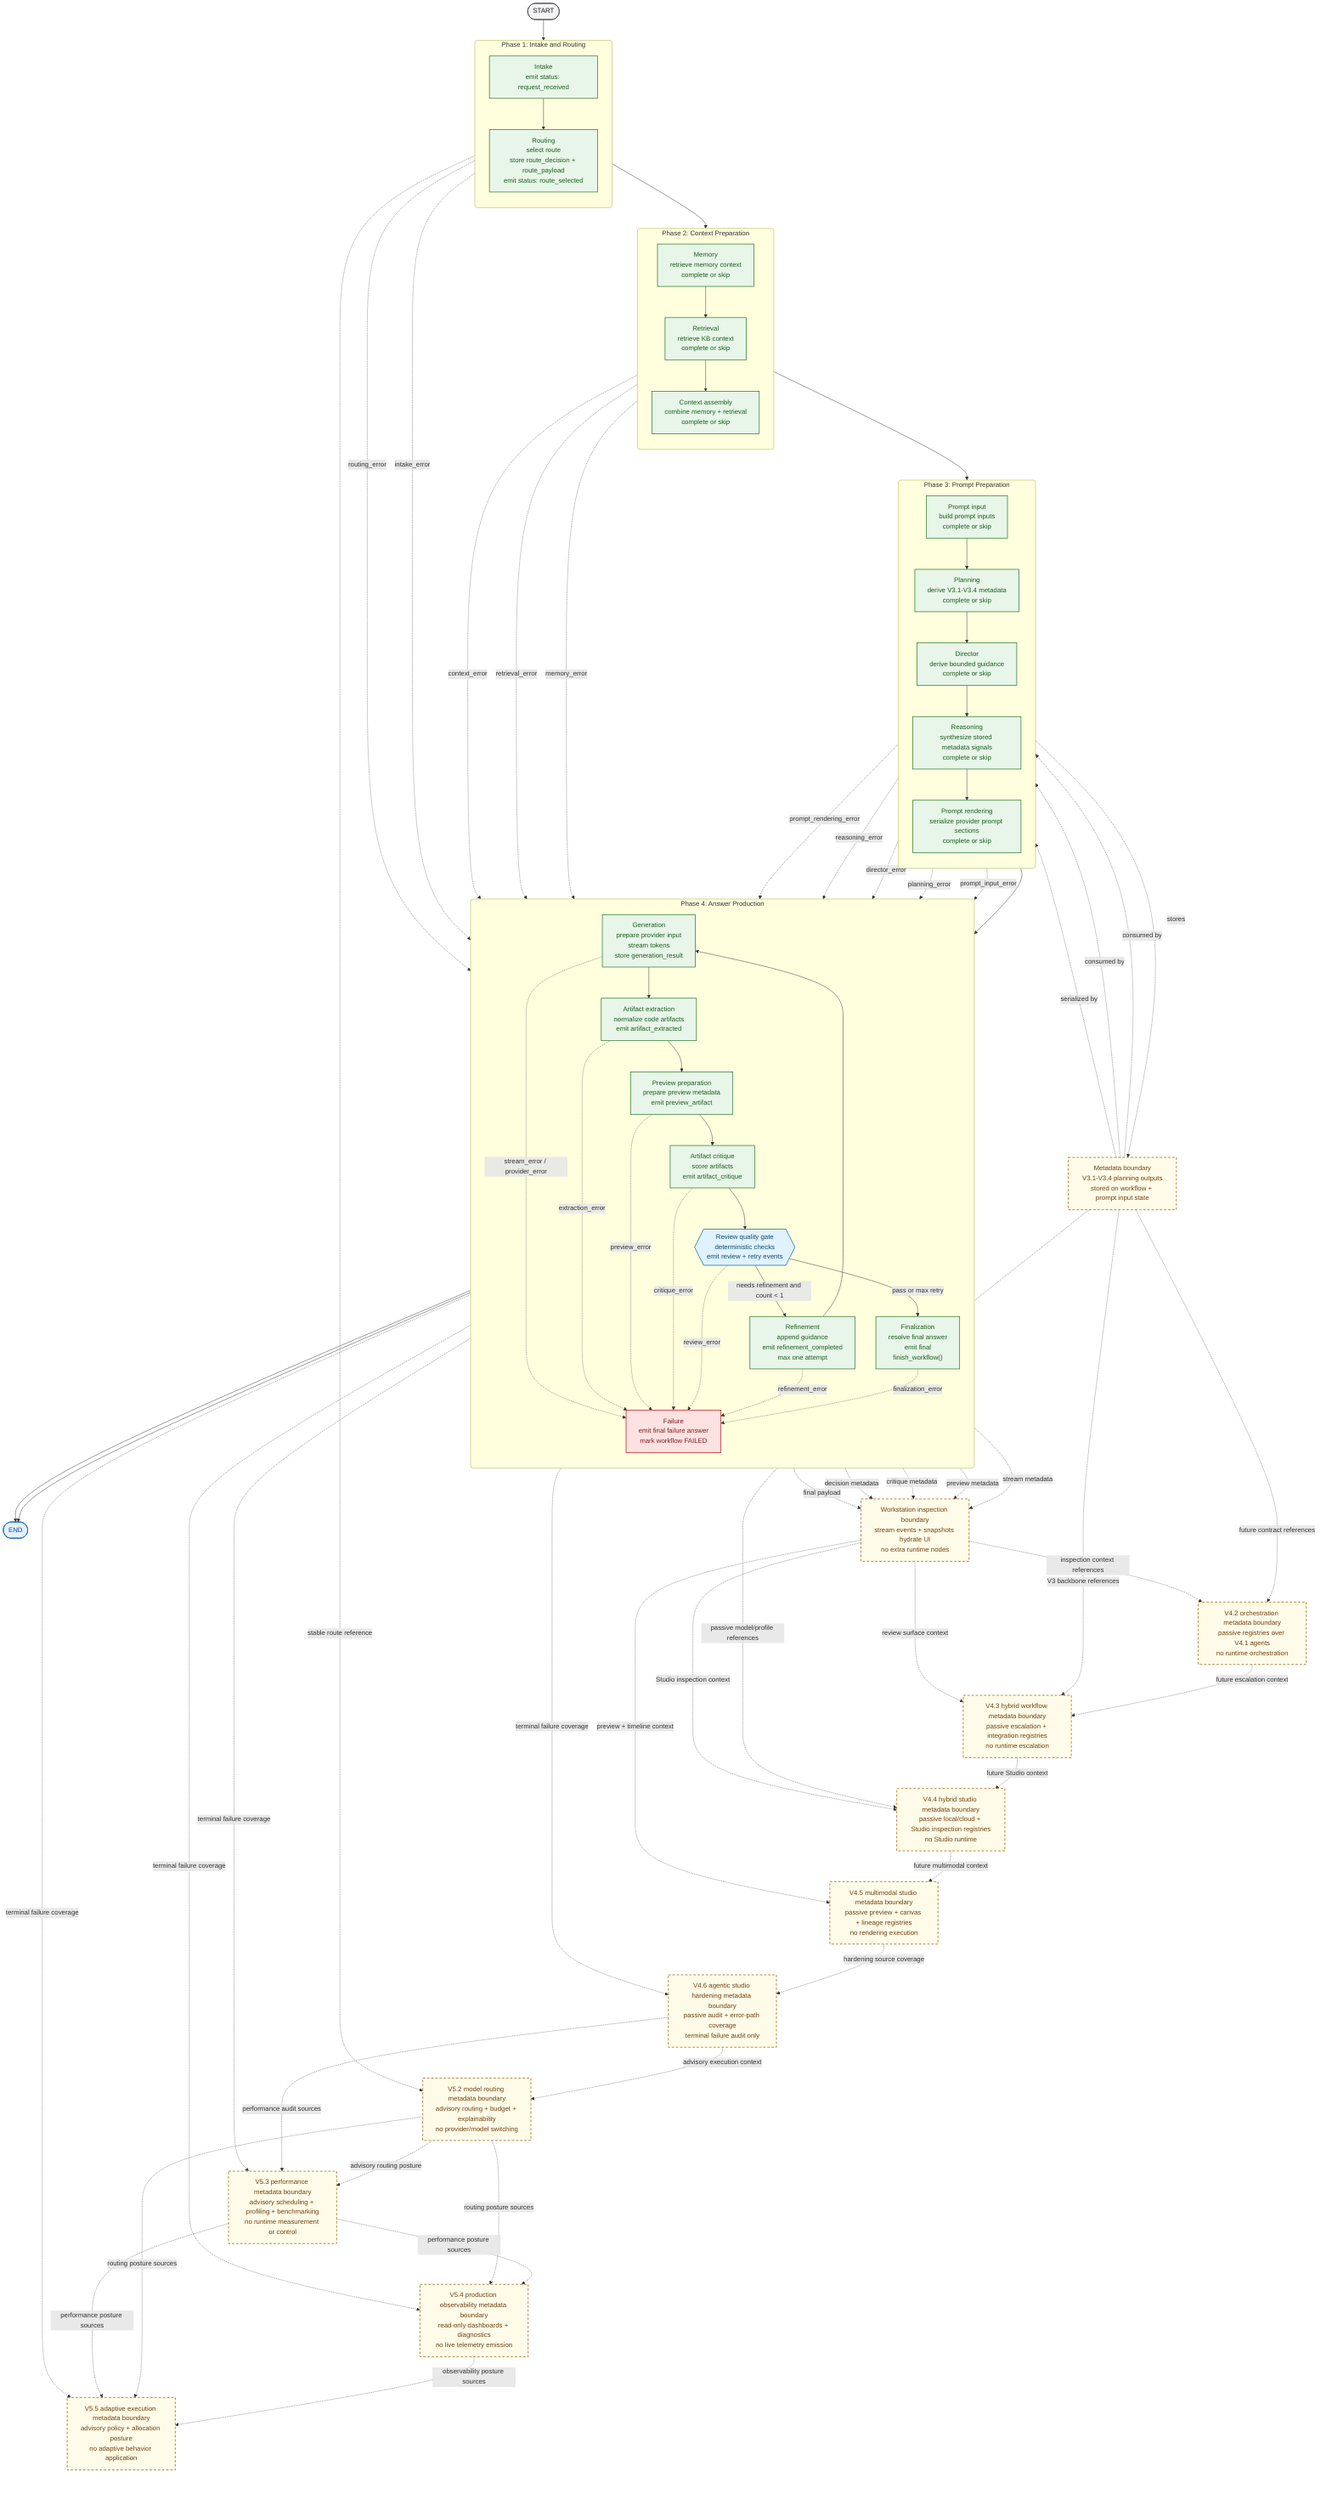
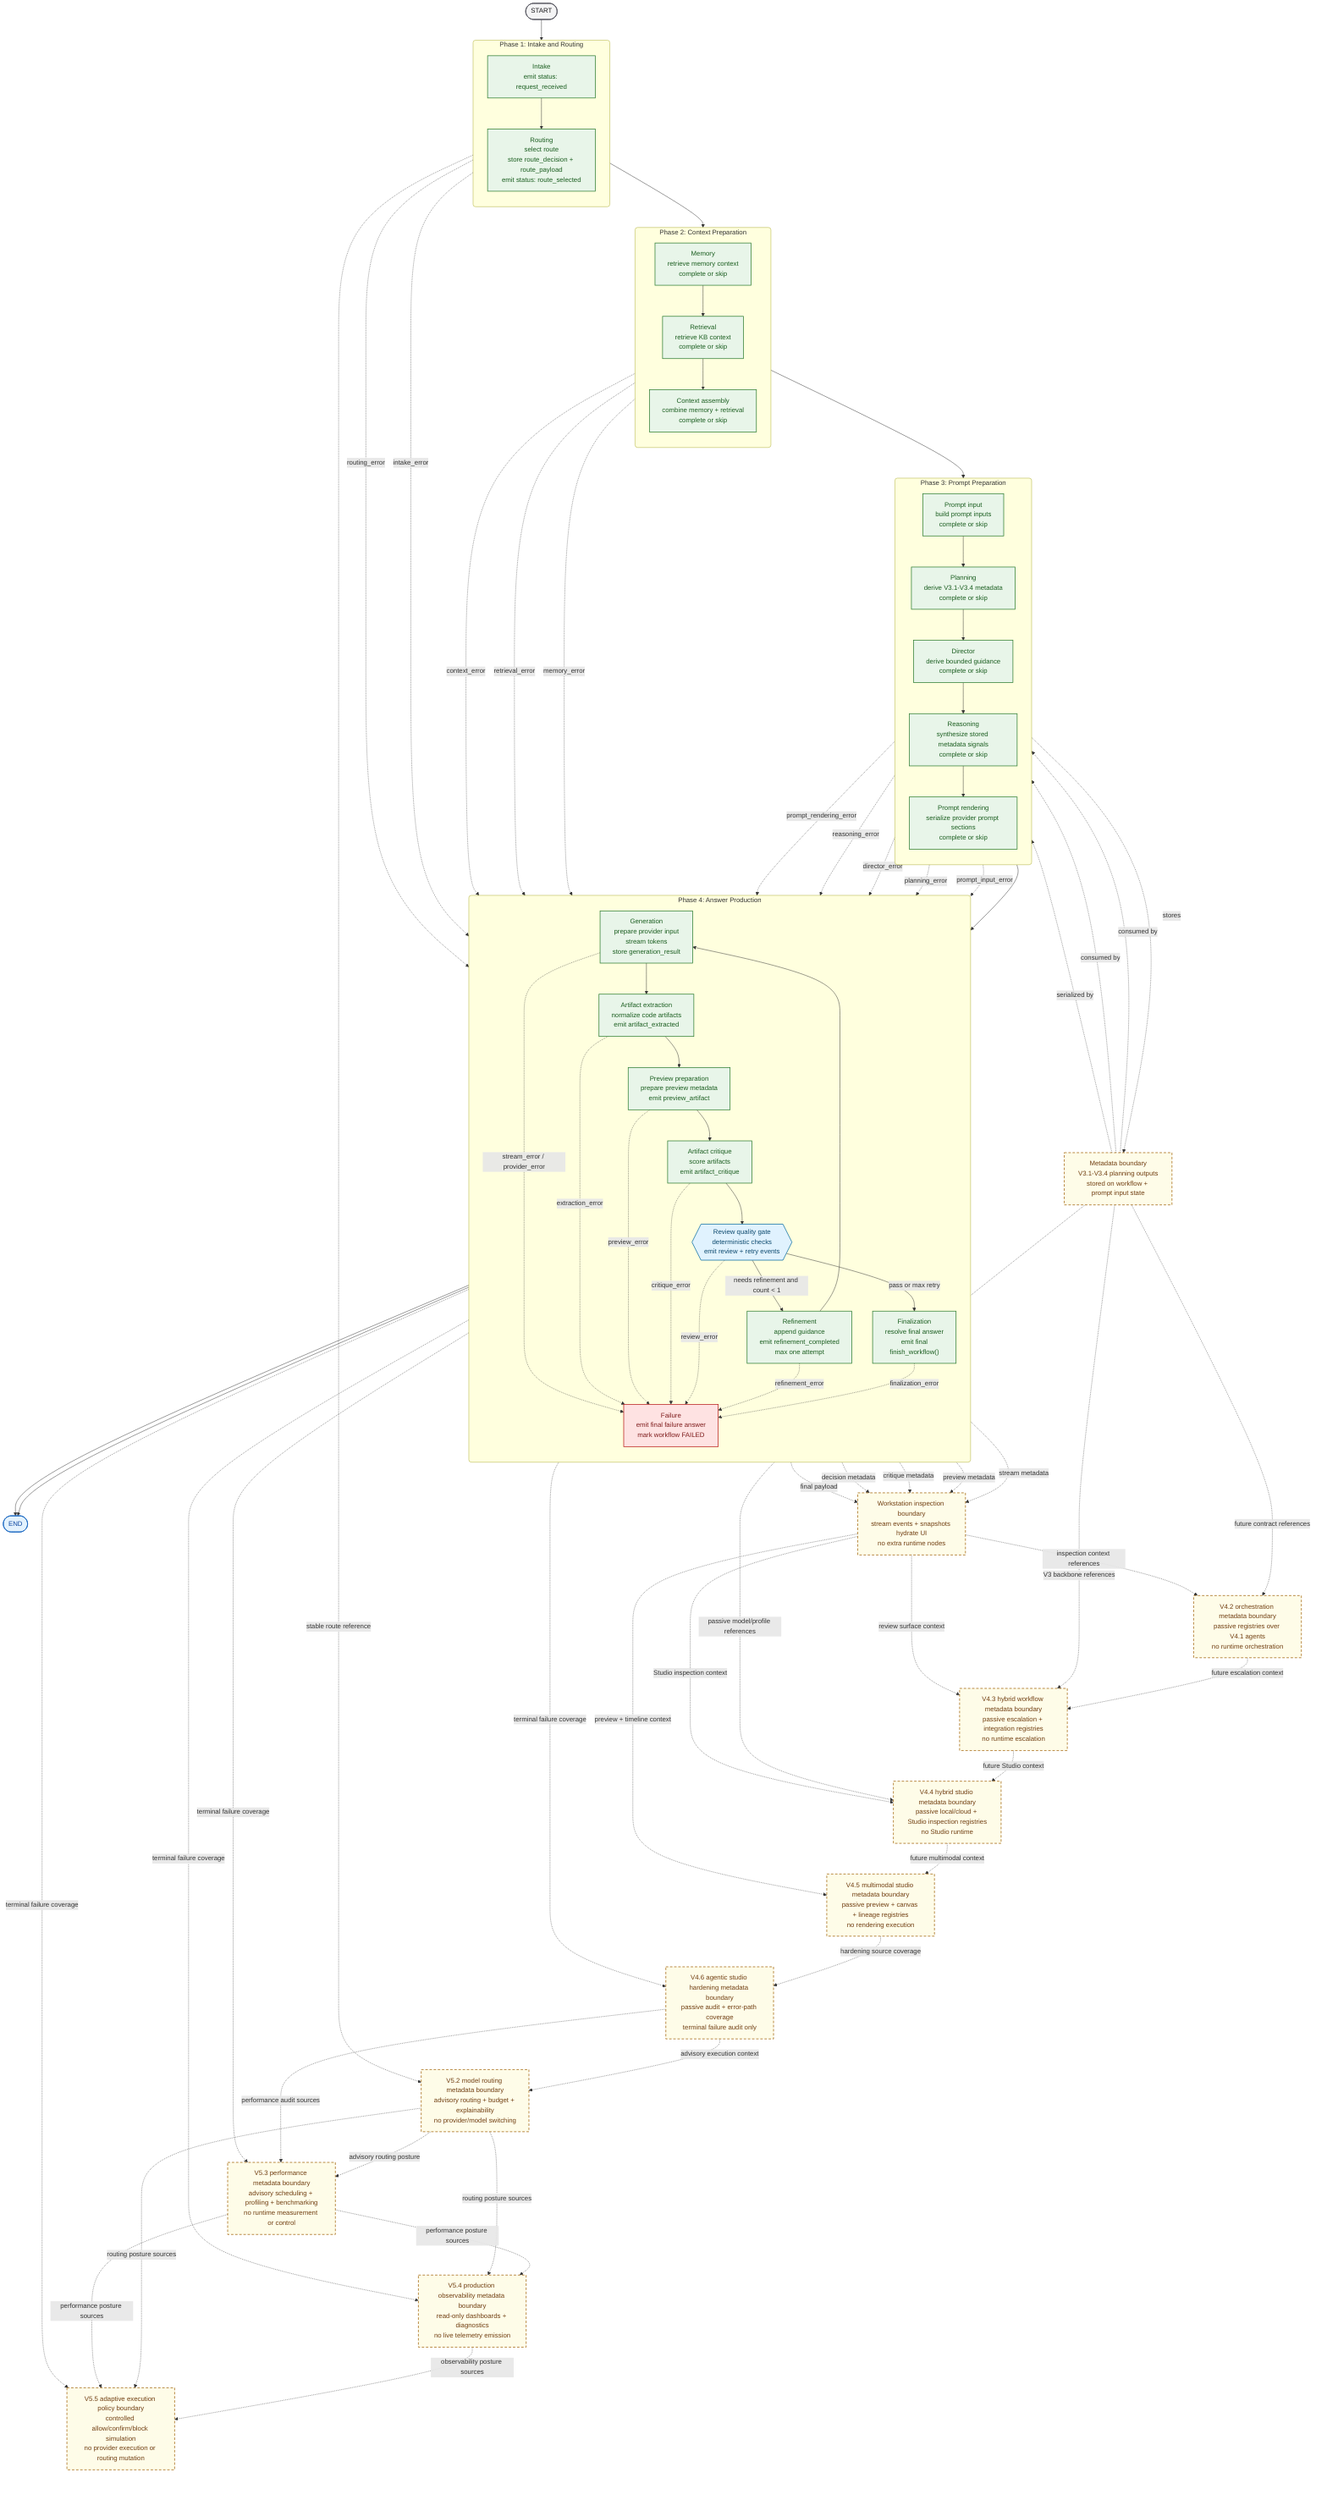
flowchart TB
    %% Class palette
    classDef boundary fill:#F4F4F5,stroke:#52525B,color:#18181B,stroke-width:1.5px;
    classDef implemented fill:#E8F5E9,stroke:#2E7D32,color:#1B5E20,stroke-width:1.5px;
    classDef gate fill:#E0F2FE,stroke:#0369A1,color:#0C4A6E,stroke-width:1.5px;
    classDef failure fill:#FEE2E2,stroke:#B91C1C,color:#7F1D1D,stroke-width:1.5px;
    classDef terminal fill:#E3F2FD,stroke:#1565C0,color:#0D47A1,stroke-width:1.5px;
    classDef relationship fill:#FEFCE8,stroke:#A16207,color:#713F12,stroke-width:1.5px,stroke-dasharray: 6 4;

    %% Terminal nodes
    start([START])
    finish([END])

    %% Runtime phases
    subgraph phase_1["Phase 1: Intake and Routing"]
        direction TB
        intake["Intake<br/>emit status: request_received"]
        routing["Routing<br/>select route<br/>store route_decision + route_payload<br/>emit status: route_selected"]
    end

    subgraph phase_2["Phase 2: Context Preparation"]
        direction TB
        memory["Memory<br/>retrieve memory context<br/>complete or skip"]
        retrieval["Retrieval<br/>retrieve KB context<br/>complete or skip"]
        context_assembly["Context assembly<br/>combine memory + retrieval<br/>complete or skip"]
    end

    subgraph phase_3["Phase 3: Prompt Preparation"]
        direction TB
        prompt_input["Prompt input<br/>build prompt inputs<br/>complete or skip"]
        planning["Planning<br/>derive V3.1-V3.4 metadata<br/>complete or skip"]
        director["Director<br/>derive bounded guidance<br/>complete or skip"]
        reasoning["Reasoning<br/>synthesize stored metadata signals<br/>complete or skip"]
        prompt_rendering["Prompt rendering<br/>serialize provider prompt sections<br/>complete or skip"]
    end

    subgraph phase_4["Phase 4: Answer Production"]
        direction TB
        generation["Generation<br/>prepare provider input<br/>stream tokens<br/>store generation_result"]
        artifact_extraction["Artifact extraction<br/>normalize code artifacts<br/>emit artifact_extracted"]
        preview_preparation["Preview preparation<br/>prepare preview metadata<br/>emit preview_artifact"]
        artifact_critique["Artifact critique<br/>score artifacts<br/>emit artifact_critique"]
        review{{"Review quality gate<br/>deterministic checks<br/>emit review + retry events"}}
        refinement["Refinement<br/>append guidance<br/>emit refinement_completed<br/>max one attempt"]
        finalization["Finalization<br/>resolve final answer<br/>emit final<br/>finish_workflow()"]
        failure["Failure<br/>emit final failure answer<br/>mark workflow FAILED"]
    end

    %% Documentation boundaries
    metadata_boundary["Metadata boundary<br/>V3.1-V3.4 planning outputs<br/>stored on workflow + prompt input state"]:::relationship
    workstation_boundary["Workstation inspection boundary<br/>stream events + snapshots hydrate UI<br/>no extra runtime nodes"]:::relationship
    orchestration_boundary["V4.2 orchestration metadata boundary<br/>passive registries over V4.1 agents<br/>no runtime orchestration"]:::relationship
    hybrid_workflow_boundary["V4.3 hybrid workflow metadata boundary<br/>passive escalation + integration registries<br/>no runtime escalation"]:::relationship
    hybrid_studio_boundary["V4.4 hybrid studio metadata boundary<br/>passive local/cloud + Studio inspection registries<br/>no Studio runtime"]:::relationship
    multimodal_studio_boundary["V4.5 multimodal studio metadata boundary<br/>passive preview + canvas + lineage registries<br/>no rendering execution"]:::relationship
    hardening_boundary["V4.6 agentic studio hardening metadata boundary<br/>passive audit + error-path coverage<br/>terminal failure audit only"]:::relationship
    model_routing_boundary["V5.2 model routing metadata boundary<br/>advisory routing + budget + explainability<br/>no provider/model switching"]:::relationship
    performance_boundary["V5.3 performance metadata boundary<br/>advisory scheduling + profiling + benchmarking<br/>no runtime measurement or control"]:::relationship
    observability_boundary["V5.4 production observability metadata boundary<br/>read-only dashboards + diagnostics<br/>no live telemetry emission"]:::relationship
-     adaptive_execution_boundary["V5.5 adaptive execution metadata boundary<br/>advisory policy + allocation posture<br/>no adaptive behavior application"]:::relationship
+     adaptive_execution_boundary["V5.5 adaptive execution policy boundary<br/>controlled allow/confirm/block simulation<br/>no provider execution or routing mutation"]:::relationship

    %% Main success path
    start --> intake --> routing --> memory --> retrieval --> context_assembly --> prompt_input --> planning --> director --> reasoning --> prompt_rendering --> generation --> artifact_extraction --> preview_preparation --> artifact_critique --> review
    review -->|"pass or max retry"| finalization --> finish
    review -->|"needs refinement and count < 1"| refinement --> generation

    %% Metadata and inspection boundaries
    planning -. stores .-> metadata_boundary
    metadata_boundary -. consumed by .-> director
    metadata_boundary -. consumed by .-> reasoning
    metadata_boundary -. serialized by .-> prompt_rendering
    artifact_extraction -. stream metadata .-> workstation_boundary
    preview_preparation -. preview metadata .-> workstation_boundary
    artifact_critique -. critique metadata .-> workstation_boundary
    review -. decision metadata .-> workstation_boundary
    finalization -. final payload .-> workstation_boundary
    metadata_boundary -. future contract references .-> orchestration_boundary
    workstation_boundary -. inspection context references .-> orchestration_boundary
    orchestration_boundary -. future escalation context .-> hybrid_workflow_boundary
    metadata_boundary -. V3 backbone references .-> hybrid_workflow_boundary
    workstation_boundary -. review surface context .-> hybrid_workflow_boundary
    hybrid_workflow_boundary -. future Studio context .-> hybrid_studio_boundary
    metadata_boundary -. passive model/profile references .-> hybrid_studio_boundary
    workstation_boundary -. Studio inspection context .-> hybrid_studio_boundary
    hybrid_studio_boundary -. future multimodal context .-> multimodal_studio_boundary
    workstation_boundary -. preview + timeline context .-> multimodal_studio_boundary
    multimodal_studio_boundary -. hardening source coverage .-> hardening_boundary
    failure -. terminal failure coverage .-> hardening_boundary
    hardening_boundary -. advisory execution context .-> model_routing_boundary
    routing -. stable route reference .-> model_routing_boundary
    model_routing_boundary -. advisory routing posture .-> performance_boundary
    hardening_boundary -. performance audit sources .-> performance_boundary
    failure -. terminal failure coverage .-> performance_boundary
    performance_boundary -. performance posture sources .-> observability_boundary
    model_routing_boundary -. routing posture sources .-> observability_boundary
    failure -. terminal failure coverage .-> observability_boundary
    observability_boundary -. observability posture sources .-> adaptive_execution_boundary
    model_routing_boundary -. routing posture sources .-> adaptive_execution_boundary
    performance_boundary -. performance posture sources .-> adaptive_execution_boundary
    failure -. terminal failure coverage .-> adaptive_execution_boundary

    %% Failure paths
    intake -. intake_error .-> failure
    routing -. routing_error .-> failure
    memory -. memory_error .-> failure
    retrieval -. retrieval_error .-> failure
    context_assembly -. context_error .-> failure
    prompt_input -. prompt_input_error .-> failure
    planning -. planning_error .-> failure
    director -. director_error .-> failure
    reasoning -. reasoning_error .-> failure
    prompt_rendering -. prompt_rendering_error .-> failure
    generation -. stream_error / provider_error .-> failure
    artifact_extraction -. extraction_error .-> failure
    preview_preparation -. preview_error .-> failure
    artifact_critique -. critique_error .-> failure
    review -. review_error .-> failure
    refinement -. refinement_error .-> failure
    finalization -. finalization_error .-> failure
    failure --> finish

    %% Node classes
    class start boundary
    class finish terminal
    class intake,routing,memory,retrieval,context_assembly,prompt_input,planning,director,reasoning,prompt_rendering,generation,artifact_extraction,preview_preparation,artifact_critique,refinement,finalization implemented
    class review gate
    class failure failure
    class metadata_boundary,workstation_boundary,orchestration_boundary,hybrid_workflow_boundary,hybrid_studio_boundary,multimodal_studio_boundary,hardening_boundary,model_routing_boundary,performance_boundary,observability_boundary,adaptive_execution_boundary relationship

    %% Subgraph styling
    style phase_1 rx:6px,ry:6px
    style phase_2 rx:6px,ry:6px
    style phase_3 rx:6px,ry:6px
    style phase_4 rx:6px,ry:6px
